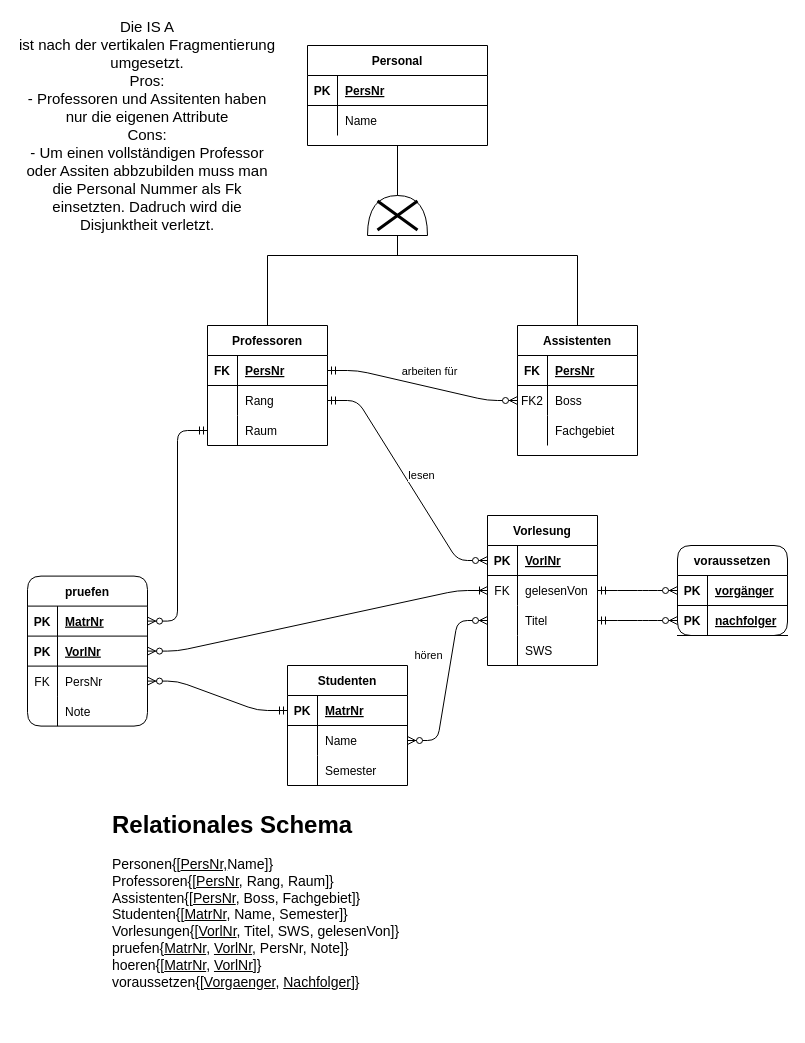
The draw.io diagram P1_A1_EERD.drawio in TobiasMusiol/DB2_SoSem21, before the edit. Source tidied: cells renumbered, new cells numbered last; positions are measured from the earlier drawing's top-left corner, leaving out a move shared by most shapes. Both pictures are drawn from the tidied source at 100%, with x=0, y=0 at pixel (17, 19).
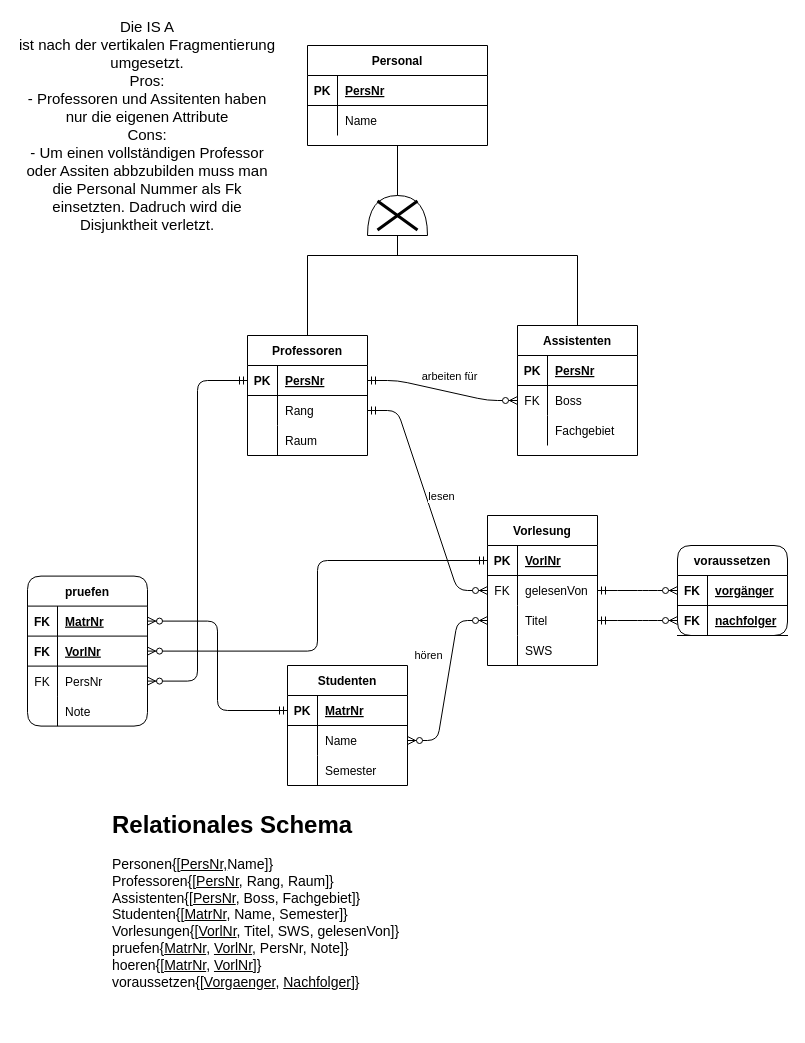
The same page after the edit.

Unchanged cells that the change refers to:
```xml
<mxCell id="3" style="shape=partialRectangle;fillColor=none;top=0;left=0;bottom=1;right=0;points=[[0,0.5],[1,0.5]];portConstraint=eastwest;" parent="2" vertex="1">
  <mxGeometry y="30" width="120" height="30" as="geometry" />
</mxCell>
<mxCell id="13" style="shape=partialRectangle;fillColor=none;top=0;left=0;bottom=1;right=0;points=[[0,0.5],[1,0.5]];portConstraint=eastwest;" parent="12" vertex="1">
  <mxGeometry y="30" width="110" height="30" as="geometry" />
</mxCell>
<mxCell id="16" style="shape=partialRectangle;fillColor=none;top=0;left=0;bottom=0;right=0;points=[[0,0.5],[1,0.5]];portConstraint=eastwest;" parent="12" vertex="1">
  <mxGeometry y="60" width="110" height="30" as="geometry" />
</mxCell>
<mxCell id="31" style="shape=partialRectangle;fillColor=none;top=0;left=0;bottom=1;right=0;" parent="30" vertex="1">
  <mxGeometry y="30" width="120" height="30" as="geometry" />
</mxCell>
<mxCell id="34" style="shape=partialRectangle;fillColor=none;top=0;left=0;bottom=0;right=0;points=[[0,0.5],[1,0.5]];portConstraint=eastwest;" parent="30" vertex="1">
  <mxGeometry y="60" width="120" height="30" as="geometry" />
</mxCell>
<mxCell id="41" style="shape=partialRectangle;fillColor=none;top=0;left=0;bottom=1;right=0;points=[[0,0.5],[1,0.5]];portConstraint=eastwest;" parent="40" vertex="1">
  <mxGeometry y="30" width="120" height="30" as="geometry" />
</mxCell>
<mxCell id="44" style="shape=partialRectangle;fillColor=none;top=0;left=0;bottom=0;right=0;points=[[0,0.5],[1,0.5]];portConstraint=eastwest;" parent="40" vertex="1">
  <mxGeometry y="60" width="120" height="30" as="geometry" />
</mxCell>
<mxCell id="47" style="shape=partialRectangle;fillColor=none;top=0;left=0;bottom=0;right=0;points=[[0,0.5],[1,0.5]];portConstraint=eastwest;" parent="40" vertex="1">
  <mxGeometry y="90" width="120" height="30" as="geometry" />
</mxCell>
<mxCell id="61" style="shape=partialRectangle;fillColor=none;top=0;left=0;bottom=1;right=0;points=[[0,0.5],[1,0.5]];portConstraint=eastwest;" parent="60" vertex="1">
  <mxGeometry y="30" width="110" height="30" as="geometry" />
</mxCell>
<mxCell id="64" style="shape=partialRectangle;fillColor=none;top=0;left=0;bottom=1;right=0;points=[[0,0.5],[1,0.5]];portConstraint=eastwest;" parent="60" vertex="1">
  <mxGeometry y="60" width="110" height="30" as="geometry" />
</mxCell>
<mxCell id="71" style="shape=partialRectangle;fillColor=none;top=0;left=0;bottom=1;right=0;points=[[0,0.5],[1,0.5]];portConstraint=eastwest;" parent="70" vertex="1">
  <mxGeometry y="30" width="120" height="30" as="geometry" />
</mxCell>
<mxCell id="74" style="shape=partialRectangle;fillColor=none;top=0;left=0;bottom=1;right=0;points=[[0,0.5],[1,0.5]];portConstraint=eastwest;" parent="70" vertex="1">
  <mxGeometry y="60" width="120" height="30" as="geometry" />
</mxCell>
<mxCell id="77" style="shape=partialRectangle;fillColor=none;top=0;left=0;bottom=0;right=0;points=[[0,0.5],[1,0.5]];portConstraint=eastwest;" parent="70" vertex="1">
  <mxGeometry y="90" width="120" height="30" as="geometry" />
</mxCell>
```

The edit, as a diff of the source:
```diff
@@
     <mxCell id="28" style="endArrow=none;html=1;rounded=0;entryX=0.5;entryY=0;entryDx=0;entryDy=0;" parent="1" edge="1" target="40">
       <mxGeometry relative="1" as="geometry">
-        <mxPoint x="250" y="236" as="sourcePoint" />
+        <mxPoint x="290" y="236" as="sourcePoint" />
       </mxGeometry>
     </mxCell>
     <mxCell id="29" style="endArrow=none;html=1;rounded=0;" parent="1" edge="1">
       <mxGeometry relative="1" as="geometry">
-        <mxPoint x="250" y="236" as="sourcePoint" />
+        <mxPoint x="290" y="236" as="sourcePoint" />
         <mxPoint x="560" y="236" as="targetPoint" />
       </mxGeometry>
     </mxCell>
@@
-    <mxCell id="32" value="FK" style="shape=partialRectangle;fillColor=none;top=0;left=0;bottom=0;right=0;fontStyle=1;overflow=hidden;" parent="31" vertex="1">
+    <mxCell id="32" value="PK" style="shape=partialRectangle;fillColor=none;top=0;left=0;bottom=0;right=0;fontStyle=1;overflow=hidden;" parent="31" vertex="1">
       <mxGeometry width="30" height="30" as="geometry" />
     </mxCell>
@@
-    <mxCell id="35" value="FK2" style="shape=partialRectangle;fillColor=none;top=0;left=0;bottom=0;right=0;overflow=hidden;" parent="34" vertex="1">
+    <mxCell id="35" value="FK" style="shape=partialRectangle;fillColor=none;top=0;left=0;bottom=0;right=0;overflow=hidden;" parent="34" vertex="1">
       <mxGeometry width="30" height="30" as="geometry" />
     </mxCell>
@@
     <mxCell id="40" value="Professoren" style="shape=table;startSize=30;childLayout=tableLayout;rowLines=0;fontStyle=1;align=center;" parent="1" vertex="1">
-      <mxGeometry x="190" y="306" width="120" height="120" as="geometry" />
+      <mxGeometry x="230" y="316" width="120" height="120" as="geometry" />
     </mxCell>
@@
-    <mxCell id="42" value="FK" style="shape=partialRectangle;fillColor=none;top=0;left=0;bottom=0;right=0;fontStyle=1;overflow=hidden;" parent="41" vertex="1">
+    <mxCell id="42" value="PK" style="shape=partialRectangle;fillColor=none;top=0;left=0;bottom=0;right=0;fontStyle=1;overflow=hidden;" parent="41" vertex="1">
       <mxGeometry width="30" height="30" as="geometry" />
     </mxCell>
@@
-    <mxCell id="62" value="PK" style="shape=partialRectangle;fillColor=none;top=0;left=0;bottom=0;right=0;fontStyle=1;overflow=hidden;" parent="61" vertex="1">
+    <mxCell id="62" value="FK" style="shape=partialRectangle;fillColor=none;top=0;left=0;bottom=0;right=0;fontStyle=1;overflow=hidden;" parent="61" vertex="1">
       <mxGeometry width="30" height="30" as="geometry" />
     </mxCell>
@@
-    <mxCell id="65" value="PK" style="shape=partialRectangle;fillColor=none;top=0;left=0;bottom=0;right=0;fontStyle=1;overflow=hidden;" parent="64" vertex="1">
+    <mxCell id="65" value="FK" style="shape=partialRectangle;fillColor=none;top=0;left=0;bottom=0;right=0;fontStyle=1;overflow=hidden;" parent="64" vertex="1">
       <mxGeometry width="30" height="30" as="geometry" />
     </mxCell>
@@
-    <mxCell id="72" value="PK" style="shape=partialRectangle;fillColor=none;top=0;left=0;bottom=0;right=0;fontStyle=1;overflow=hidden;" parent="71" vertex="1">
+    <mxCell id="72" value="FK" style="shape=partialRectangle;fillColor=none;top=0;left=0;bottom=0;right=0;fontStyle=1;overflow=hidden;" parent="71" vertex="1">
       <mxGeometry width="30" height="30" as="geometry" />
     </mxCell>
@@
-    <mxCell id="75" value="PK" style="shape=partialRectangle;fillColor=none;top=0;left=0;bottom=0;right=0;fontStyle=1;overflow=hidden;" parent="74" vertex="1">
+    <mxCell id="75" value="FK" style="shape=partialRectangle;fillColor=none;top=0;left=0;bottom=0;right=0;fontStyle=1;overflow=hidden;" parent="74" vertex="1">
       <mxGeometry width="30" height="30" as="geometry" />
     </mxCell>
@@
-    <mxCell id="83" style="edgeStyle=entityRelationEdgeStyle;fontSize=12;html=1;endArrow=ERoneToMany;startArrow=ERzeroToMany;" parent="1" edge="1" source="74" target="16">
-      <mxGeometry relative="1" as="geometry" />
-    </mxCell>
-    <mxCell id="84" style="edgeStyle=entityRelationEdgeStyle;fontSize=12;html=1;endArrow=ERzeroToMany;startArrow=ERmandOne;" parent="1" edge="1" source="47" target="71">
+    <mxCell id="84" style="edgeStyle=elbowEdgeStyle;fontSize=12;html=1;endArrow=ERzeroToMany;startArrow=ERmandOne;" parent="1" edge="1" source="3" target="71">
       <mxGeometry relative="1" as="geometry" />
     </mxCell>
@@
-    <mxCell id="88" style="edgeStyle=entityRelationEdgeStyle;fontSize=12;html=1;endArrow=ERzeroToMany;startArrow=ERmandOne;" parent="1" edge="1" target="13">
-      <mxGeometry relative="1" as="geometry">
-        <mxPoint x="310" y="381" as="sourcePoint" />
-      </mxGeometry>
+    <mxCell id="88" style="edgeStyle=entityRelationEdgeStyle;fontSize=12;html=1;endArrow=ERzeroToMany;startArrow=ERmandOne;entryX=0;entryY=0.5;entryDx=0;entryDy=0;exitX=1;exitY=0.5;exitDx=0;exitDy=0;" parent="1" edge="1" source="44" target="16">
+      <mxGeometry relative="1" as="geometry" />
     </mxCell>
@@
-    <mxCell id="90" style="edgeStyle=entityRelationEdgeStyle;fontSize=12;html=1;endArrow=ERzeroToMany;startArrow=ERmandOne;" parent="1" edge="1" source="3" target="77">
-      <mxGeometry relative="1" as="geometry" />
+    <mxCell id="90" style="edgeStyle=elbowEdgeStyle;fontSize=12;html=1;endArrow=ERzeroToMany;startArrow=ERmandOne;exitX=0;exitY=0.5;exitDx=0;exitDy=0;" parent="1" edge="1" source="41" target="77">
+      <mxGeometry relative="1" as="geometry">
+        <Array as="points">
+          <mxPoint x="180" y="376" />
+        </Array>
+      </mxGeometry>
     </mxCell>
@@
+    <mxCell id="93" style="edgeStyle=elbowEdgeStyle;fontSize=12;html=1;endArrow=ERzeroToMany;startArrow=ERmandOne;exitX=0;exitY=0.5;exitDx=0;exitDy=0;" parent="1" edge="1" source="13" target="74">
+      <mxGeometry relative="1" as="geometry" />
+    </mxCell>
+    <mxCell id="94" value="&lt;div&gt;&lt;br&gt;&lt;/div&gt;" style="edgeLabel;html=1;align=center;verticalAlign=middle;" parent="93" vertex="1">
+      <mxGeometry x="-0.22" y="-1" relative="1" as="geometry">
+        <mxPoint x="-19" y="15" as="offset" />
+      </mxGeometry>
+    </mxCell>
```
